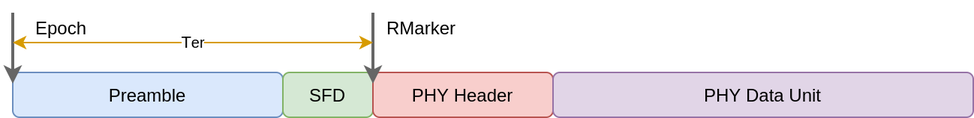
tuannv-github/uwb-ips keeps this draw.io diagram as reports/03_firmware/img/ccp_epoch_and_rmarker.png. Above is the earlier version. Source tidied: cells renumbered, new cells last; positions are measured from the earlier drawing's top-left corner, leaving out a move shared by most shapes.
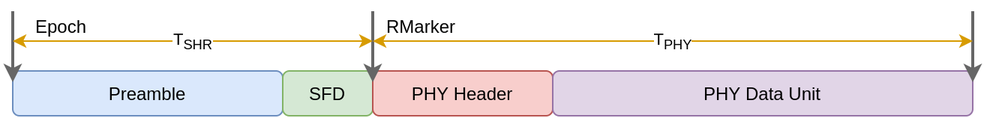
Above is the later version.

Change to the diagram source:
```diff
@@ -31,11 +31,23 @@
     <mxCell id="9" value="Epoch" style="text;html=1;strokeColor=none;fillColor=none;align=center;verticalAlign=middle;whiteSpace=wrap;rounded=0;" parent="1" vertex="1">
       <mxGeometry x="5" width="55" height="20" as="geometry" />
     </mxCell>
-    <mxCell id="10" value="T&lt;font size=&quot;1&quot;&gt;er&lt;/font&gt;" style="endArrow=classic;startArrow=classic;html=1;fillColor=#ffe6cc;strokeColor=#d79b00;" parent="1" edge="1">
+    <mxCell id="10" value="T&lt;sub&gt;SHR&lt;/sub&gt;" style="endArrow=classic;startArrow=classic;html=1;fillColor=#ffe6cc;strokeColor=#d79b00;" parent="1" edge="1">
       <mxGeometry relative="1" as="geometry">
         <mxPoint y="20" as="sourcePoint" />
         <mxPoint x="240" y="20" as="targetPoint" />
       </mxGeometry>
     </mxCell>
+    <mxCell id="11" style="endArrow=classic;html=1;entryX=0;entryY=0.25;entryDx=0;entryDy=0;fillColor=#f5f5f5;strokeColor=#666666;strokeWidth=2;" parent="1" edge="1">
+      <mxGeometry relative="1" as="geometry">
+        <mxPoint x="640" as="sourcePoint" />
+        <mxPoint x="640" y="47.5" as="targetPoint" />
+      </mxGeometry>
+    </mxCell>
+    <mxCell id="12" value="T&lt;sub&gt;PHY&lt;/sub&gt;" style="endArrow=classic;startArrow=classic;html=1;fillColor=#ffe6cc;strokeColor=#d79b00;" parent="1" edge="1">
+      <mxGeometry relative="1" as="geometry">
+        <mxPoint x="240" y="20" as="sourcePoint" />
+        <mxPoint x="640" y="20" as="targetPoint" />
+      </mxGeometry>
+    </mxCell>
   </root>
 </mxGraphModel>
```
